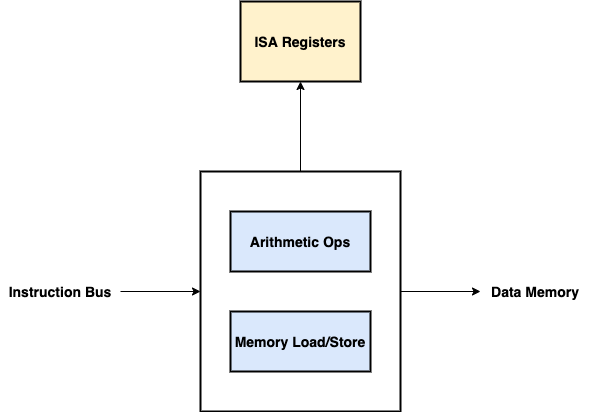
The draw.io diagram doc/assets/processing.png in dpretet/friscv, before a commit. Source tidied: cells renumbered, new cells last; positions are measured from the earlier drawing's top-left corner, leaving out a move shared by most shapes.
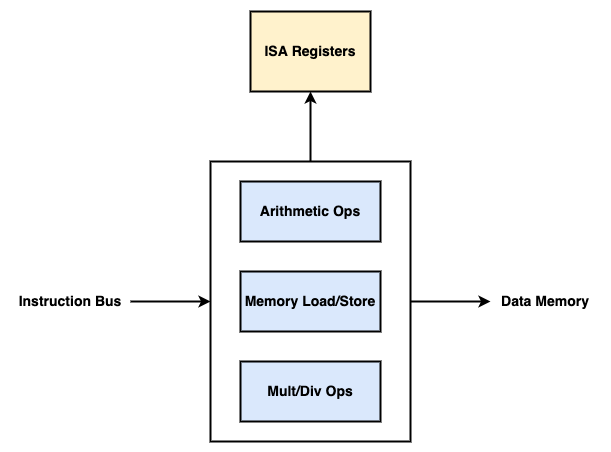
After the commit.

Change to the diagram source:
```diff
@@ -2,32 +2,35 @@
   <root>
     <mxCell id="0" />
     <mxCell id="1" parent="0" />
-    <mxCell id="2" style="edgeStyle=orthogonalEdgeStyle;rounded=0;jettySize=auto;html=1;exitX=1;exitY=0.5;exitDx=0;exitDy=0;startArrow=none;startFill=0;fontSize=14;entryX=0;entryY=0.5;entryDx=0;entryDy=0;" parent="1" edge="1" source="4" target="9">
+    <mxCell id="2" style="edgeStyle=orthogonalEdgeStyle;rounded=0;jettySize=auto;html=1;exitX=1;exitY=0.5;exitDx=0;exitDy=0;startArrow=none;startFill=0;fontSize=14;entryX=0;entryY=0.5;entryDx=0;entryDy=0;strokeWidth=2;" parent="1" edge="1" source="4" target="9">
       <mxGeometry relative="1" as="geometry" />
     </mxCell>
-    <mxCell id="3" style="edgeStyle=orthogonalEdgeStyle;rounded=0;jettySize=auto;html=1;exitX=0.5;exitY=0;exitDx=0;exitDy=0;startArrow=none;startFill=0;fontSize=14;entryX=0.5;entryY=1;entryDx=0;entryDy=0;" parent="1" edge="1" source="4" target="8">
+    <mxCell id="3" style="edgeStyle=orthogonalEdgeStyle;rounded=0;jettySize=auto;html=1;exitX=0.5;exitY=0;exitDx=0;exitDy=0;startArrow=none;startFill=0;fontSize=14;entryX=0.5;entryY=1;entryDx=0;entryDy=0;strokeWidth=2;" parent="1" edge="1" source="4" target="8">
       <mxGeometry relative="1" as="geometry" />
     </mxCell>
     <mxCell id="4" style="rounded=0;whiteSpace=wrap;html=1;fontSize=14;strokeWidth=2;" parent="1" vertex="1">
-      <mxGeometry x="200" y="170" width="200" height="240" as="geometry" />
+      <mxGeometry x="200" y="200" width="200" height="280" as="geometry" />
     </mxCell>
     <mxCell id="5" value="Arithmetic Ops" style="rounded=0;whiteSpace=wrap;html=1;fontSize=14;align=center;fillColor=#dae8fc;strokeWidth=2;fontStyle=1;" parent="1" vertex="1">
-      <mxGeometry x="230" y="210" width="140" height="60" as="geometry" />
+      <mxGeometry x="230" y="220" width="140" height="60" as="geometry" />
     </mxCell>
     <mxCell id="6" value="Memory Load/Store" style="rounded=0;whiteSpace=wrap;html=1;fontSize=14;align=center;fillColor=#dae8fc;strokeWidth=2;fontStyle=1;" parent="1" vertex="1">
       <mxGeometry x="230" y="310" width="140" height="60" as="geometry" />
     </mxCell>
-    <mxCell id="7" style="edgeStyle=orthogonalEdgeStyle;rounded=0;jettySize=auto;html=1;startArrow=none;startFill=0;fontSize=14;entryX=0;entryY=0.5;entryDx=0;entryDy=0;" parent="1" edge="1" source="10" target="4">
+    <mxCell id="7" style="edgeStyle=orthogonalEdgeStyle;rounded=0;jettySize=auto;html=1;startArrow=none;startFill=0;fontSize=14;entryX=0;entryY=0.5;entryDx=0;entryDy=0;strokeWidth=2;" parent="1" edge="1" source="10" target="4">
       <mxGeometry relative="1" as="geometry" />
     </mxCell>
     <mxCell id="8" value="ISA Registers" style="text;html=1;fillColor=#fff2cc;align=center;verticalAlign=middle;whiteSpace=wrap;rounded=0;fontSize=14;fontStyle=1;strokeColor=#000000;strokeWidth=2;" parent="1" vertex="1">
-      <mxGeometry x="240" width="120" height="80" as="geometry" />
+      <mxGeometry x="240" y="50" width="120" height="80" as="geometry" />
     </mxCell>
     <mxCell id="9" value="Data Memory" style="text;html=1;strokeColor=none;fillColor=none;align=center;verticalAlign=middle;whiteSpace=wrap;rounded=0;fontSize=14;fontStyle=1;" parent="1" vertex="1">
-      <mxGeometry x="480" y="280" width="110" height="20" as="geometry" />
+      <mxGeometry x="480" y="330" width="110" height="20" as="geometry" />
     </mxCell>
     <mxCell id="10" value="Instruction Bus" style="text;html=1;strokeColor=none;fillColor=none;align=center;verticalAlign=middle;whiteSpace=wrap;rounded=0;fontSize=14;fontStyle=1;" parent="1" vertex="1">
-      <mxGeometry y="280" width="120" height="20" as="geometry" />
+      <mxGeometry y="330" width="120" height="20" as="geometry" />
     </mxCell>
+    <mxCell id="11" value="Mult/Div Ops" style="rounded=0;whiteSpace=wrap;html=1;fontSize=14;align=center;fillColor=#dae8fc;strokeWidth=2;fontStyle=1;" parent="1" vertex="1">
+      <mxGeometry x="230" y="400" width="140" height="60" as="geometry" />
+    </mxCell>
   </root>
 </mxGraphModel>
```
